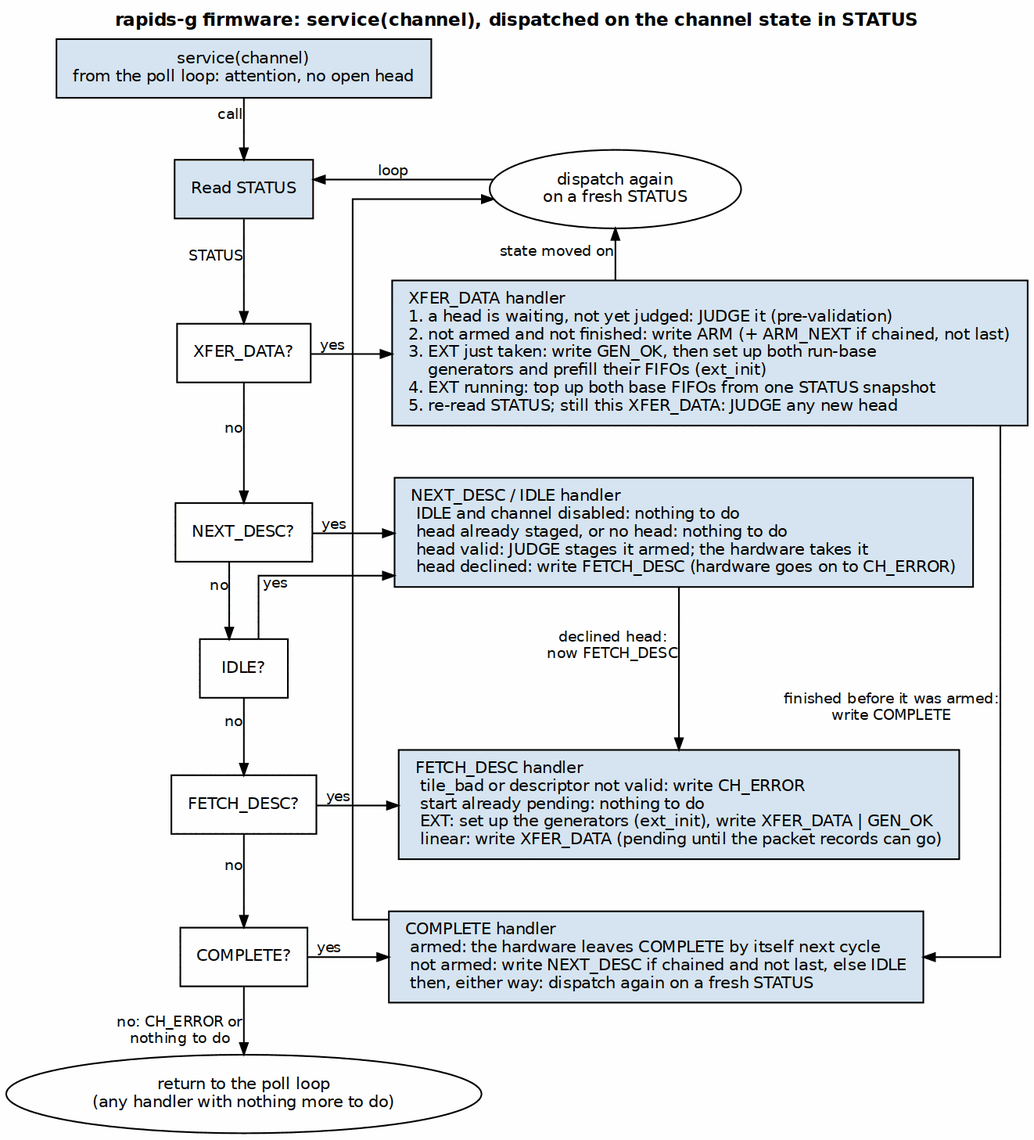
sean-galloway/RTLDesignSherpa keeps this Graphviz diagram as projects/components/dma-ip/rapids/docs/rapids_mas/assets/graphviz/13_rapids_g_fw_service.png. Above is the earlier version. Its source is kept beside it as projects/components/dma-ip/rapids/docs/rapids_mas/assets/graphviz/13_rapids_g_fw_service.dot. Source of this version:
```dot
digraph rapids_g_fw_service {
    graph [rankdir=TB, bgcolor="white", fontname="Helvetica", fontsize=11,
           nodesep="0.7", ranksep="0.45", splines=ortho, newrank=true,
           label=<<B>rapids-g firmware: service(channel), dispatched on the channel state in STATUS</B>>,
           labelloc=t, labeljust=c];
    node  [fontname="Helvetica", fontsize=10, shape=box, style=filled,
           fillcolor="#D6E4F0", color="black", margin="0.14,0.08"];
    edge  [fontname="Helvetica", fontsize=9, color="black", arrowsize=0.7];

    entry [group=A, label="service(channel)\nfrom the poll loop: attention, no open head"];
    rd    [group=A, label="Read STATUS"];
    qx    [group=A, label="XFER_DATA?", fillcolor="white"];
    qn    [group=A, label="NEXT_DESC?", fillcolor="white"];
    qi    [group=A, label="IDLE?", fillcolor="white"];
    qf    [group=A, label="FETCH_DESC?", fillcolor="white"];
    qc    [group=A, label="COMPLETE?", fillcolor="white"];
    ret   [group=A, shape=ellipse, fillcolor="white", label="return to the poll loop\n(any handler with nothing more to do)"];
    again [group=B, shape=ellipse, fillcolor="white", label="dispatch again\non a fresh STATUS"];

    hx [group=B, label="XFER_DATA handler\l1. a head is waiting, not yet judged: JUDGE it (pre-validation)\l2. not armed and not finished: write ARM (+ ARM_NEXT if chained, not last)\l3. EXT just taken: write GEN_OK, then set up both run-base\l    generators and prefill their FIFOs (ext_init)\l4. EXT running: top up both base FIFOs from one STATUS snapshot\l5. re-read STATUS; still this XFER_DATA: JUDGE any new head\l"];
    hc [group=B, label="COMPLETE handler\l armed: the hardware leaves COMPLETE by itself next cycle\l not armed: write NEXT_DESC if chained and not last, else IDLE\l then, either way: dispatch again on a fresh STATUS\l"];
    hn [group=B, label="NEXT_DESC / IDLE handler\l IDLE and channel disabled: nothing to do\l head already staged, or no head: nothing to do\l head valid: JUDGE stages it armed; the hardware takes it\l head declined: write FETCH_DESC (hardware goes on to CH_ERROR)\l"];
    hf [group=B, label="FETCH_DESC handler\l tile_bad or descriptor not valid: write CH_ERROR\l start already pending: nothing to do\l EXT: set up the generators (ext_init), write XFER_DATA | GEN_OK\l linear: write XFER_DATA (pending until the packet records can go)\l"];

    entry -> rd [xlabel="call"];
    rd -> qx    [xlabel="STATUS"];
    qx -> qn    [xlabel="no"];
    qn -> qi    [xlabel="no"];
    qi -> qf    [xlabel="no"];
    qf -> qc    [xlabel="no"];
    qc -> ret   [xlabel="no: CH_ERROR or\nnothing to do"];

    qx -> hx    [xlabel="yes"];
    qn -> hn    [xlabel="yes"];
    qi -> hn    [xlabel="yes"];
    qf -> hf    [xlabel="yes"];
    qc -> hc    [xlabel="yes"];

    hx -> hc    [xlabel="finished before it was armed:\nwrite COMPLETE", constraint=false];
    hx -> again [xlabel="state moved on", constraint=false];
    hc -> again [constraint=false];   // labeled by the COMPLETE box's last line and the join node
    again -> rd [xlabel="loop", constraint=false];
    hn -> hf    [xlabel="declined head:\nnow FETCH_DESC", constraint=false];

    { rank=same; rd; again; }
    { rank=same; qx; hx; }
    { rank=same; qn; hn; }
    { rank=same; qf; hf; }
    { rank=same; qc; hc; }
}
```
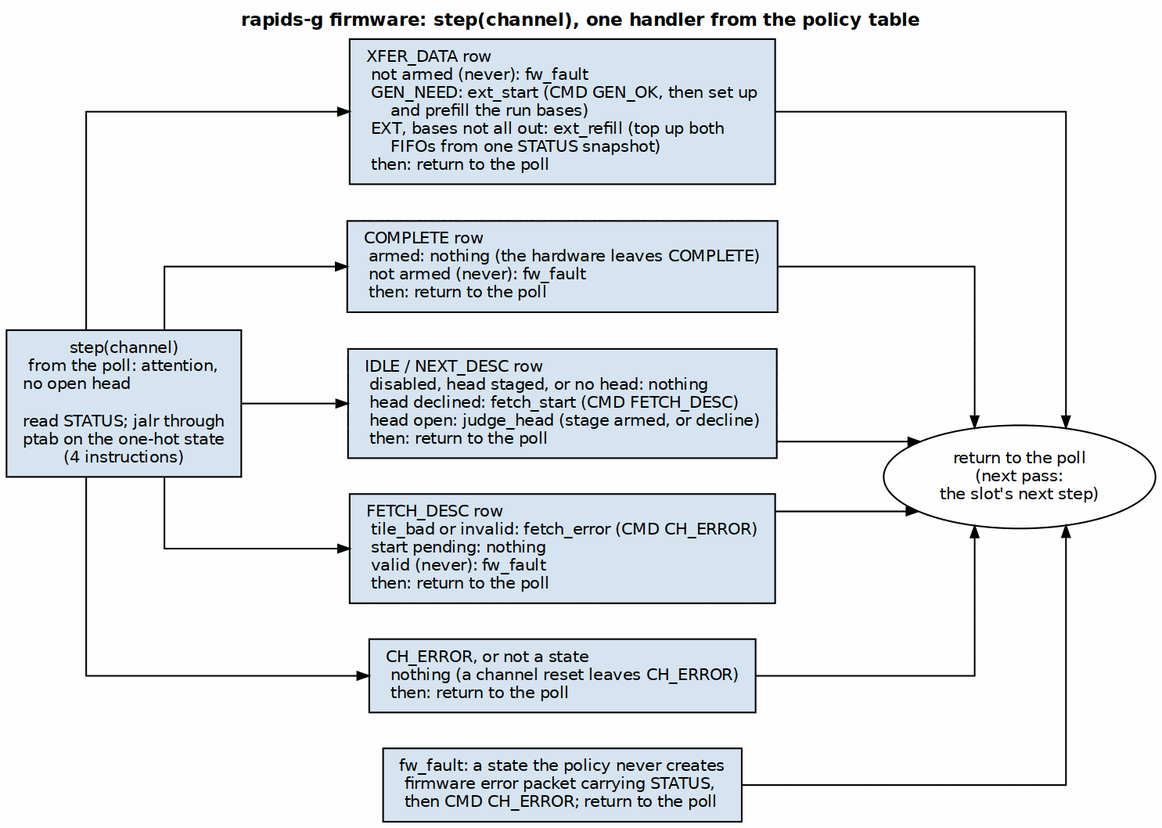
Above is the later version.

What changed in the source:
```diff
@@ -1,50 +1,33 @@
-digraph rapids_g_fw_service {
-    graph [rankdir=TB, bgcolor="white", fontname="Helvetica", fontsize=11,
-           nodesep="0.7", ranksep="0.45", splines=ortho, newrank=true,
-           label=<<B>rapids-g firmware: service(channel), dispatched on the channel state in STATUS</B>>,
+digraph rapids_g_fw_step {
+    graph [rankdir=LR, bgcolor="white", fontname="Helvetica", fontsize=11,
+           nodesep="0.3", ranksep="0.9", splines=ortho, newrank=true,
+           label=<<B>rapids-g firmware: step(channel), one handler from the policy table</B>>,
            labelloc=t, labeljust=c];
     node  [fontname="Helvetica", fontsize=10, shape=box, style=filled,
            fillcolor="#D6E4F0", color="black", margin="0.14,0.08"];
     edge  [fontname="Helvetica", fontsize=9, color="black", arrowsize=0.7];
 
-    entry [group=A, label="service(channel)\nfrom the poll loop: attention, no open head"];
-    rd    [group=A, label="Read STATUS"];
-    qx    [group=A, label="XFER_DATA?", fillcolor="white"];
-    qn    [group=A, label="NEXT_DESC?", fillcolor="white"];
-    qi    [group=A, label="IDLE?", fillcolor="white"];
-    qf    [group=A, label="FETCH_DESC?", fillcolor="white"];
-    qc    [group=A, label="COMPLETE?", fillcolor="white"];
-    ret   [group=A, shape=ellipse, fillcolor="white", label="return to the poll loop\n(any handler with nothing more to do)"];
-    again [group=B, shape=ellipse, fillcolor="white", label="dispatch again\non a fresh STATUS"];
+    rd  [label="step(channel)\nfrom the poll: attention,\nno open head\l\lread STATUS; jalr through\nptab on the one-hot state\n(4 instructions)"];
+    ret [shape=ellipse, fillcolor="white", label="return to the poll\n(next pass:\nthe slot's next step)"];
 
-    hx [group=B, label="XFER_DATA handler\l1. a head is waiting, not yet judged: JUDGE it (pre-validation)\l2. not armed and not finished: write ARM (+ ARM_NEXT if chained, not last)\l3. EXT just taken: write GEN_OK, then set up both run-base\l    generators and prefill their FIFOs (ext_init)\l4. EXT running: top up both base FIFOs from one STATUS snapshot\l5. re-read STATUS; still this XFER_DATA: JUDGE any new head\l"];
-    hc [group=B, label="COMPLETE handler\l armed: the hardware leaves COMPLETE by itself next cycle\l not armed: write NEXT_DESC if chained and not last, else IDLE\l then, either way: dispatch again on a fresh STATUS\l"];
-    hn [group=B, label="NEXT_DESC / IDLE handler\l IDLE and channel disabled: nothing to do\l head already staged, or no head: nothing to do\l head valid: JUDGE stages it armed; the hardware takes it\l head declined: write FETCH_DESC (hardware goes on to CH_ERROR)\l"];
-    hf [group=B, label="FETCH_DESC handler\l tile_bad or descriptor not valid: write CH_ERROR\l start already pending: nothing to do\l EXT: set up the generators (ext_init), write XFER_DATA | GEN_OK\l linear: write XFER_DATA (pending until the packet records can go)\l"];
+    hx [label="XFER_DATA row\l not armed (never): fw_fault\l GEN_NEED: ext_start (CMD GEN_OK, then set up\l     and prefill the run bases)\l EXT, bases not all out: ext_refill (top up both\l     FIFOs from one STATUS snapshot)\l then: return to the poll\l"];
+    hc [label="COMPLETE row\l armed: nothing (the hardware leaves COMPLETE)\l not armed (never): fw_fault\l then: return to the poll\l"];
+    hn [label="IDLE / NEXT_DESC row\l disabled, head staged, or no head: nothing\l head declined: fetch_start (CMD FETCH_DESC)\l head open: judge_head (stage armed, or decline)\l then: return to the poll\l"];
+    hf [label="FETCH_DESC row\l tile_bad or invalid: fetch_error (CMD CH_ERROR)\l start pending: nothing\l valid (never): fw_fault\l then: return to the poll\l"];
+    he [label="CH_ERROR, or not a state\l nothing (a channel reset leaves CH_ERROR)\l then: return to the poll\l"];
+    ff [label="fw_fault: a state the policy never creates\l firmware error packet carrying STATUS,\l then CMD CH_ERROR; return to the poll\l"];
 
-    entry -> rd [xlabel="call"];
-    rd -> qx    [xlabel="STATUS"];
-    qx -> qn    [xlabel="no"];
-    qn -> qi    [xlabel="no"];
-    qi -> qf    [xlabel="no"];
-    qf -> qc    [xlabel="no"];
-    qc -> ret   [xlabel="no: CH_ERROR or\nnothing to do"];
+    rd -> hx;   // labeled by the row box title (its state)
+    rd -> hc;   // labeled by the row box title (its state)
+    rd -> hn;   // labeled by the row box title (its state)
+    rd -> hf;   // labeled by the row box title (its state)
+    rd -> he;   // labeled by the row box title (its state)
+    hx -> ret;   // labeled by the box last line
+    hc -> ret;   // labeled by the box last line
+    hn -> ret;   // labeled by the box last line
+    hf -> ret;   // labeled by the box last line
+    he -> ret;   // labeled by the box last line
+    ff -> ret;   // labeled by the box last line
 
-    qx -> hx    [xlabel="yes"];
-    qn -> hn    [xlabel="yes"];
-    qi -> hn    [xlabel="yes"];
-    qf -> hf    [xlabel="yes"];
-    qc -> hc    [xlabel="yes"];
-
-    hx -> hc    [xlabel="finished before it was armed:\nwrite COMPLETE", constraint=false];
-    hx -> again [xlabel="state moved on", constraint=false];
-    hc -> again [constraint=false];   // labeled by the COMPLETE box's last line and the join node
-    again -> rd [xlabel="loop", constraint=false];
-    hn -> hf    [xlabel="declined head:\nnow FETCH_DESC", constraint=false];
-
-    { rank=same; rd; again; }
-    { rank=same; qx; hx; }
-    { rank=same; qn; hn; }
-    { rank=same; qf; hf; }
-    { rank=same; qc; hc; }
+    { rank=same; hx; hc; hn; hf; he; ff; }
 }
```
